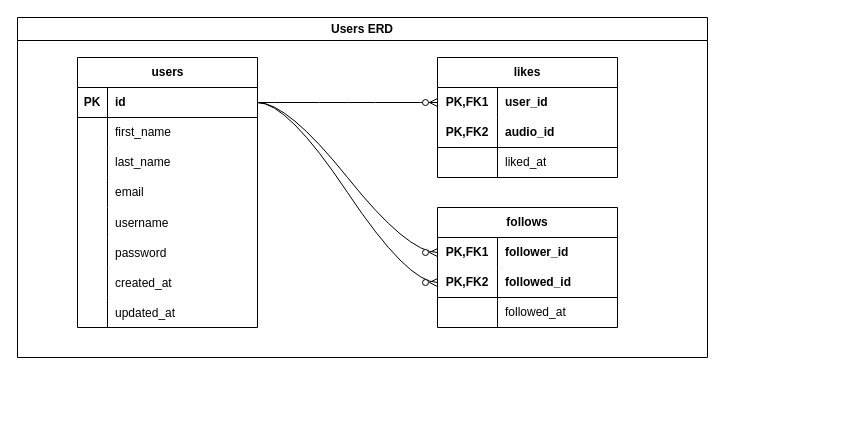
Earlier version of the draw.io diagram Diagrams/user-database-diagram.drawio (WardZid/AudioWave). Source tidied: cells renumbered, new cells numbered last; positions are measured from the earlier drawing's top-left corner, leaving out a move shared by most shapes. Both pictures are drawn from the tidied source at 100%, with x=0, y=0 at pixel (17, 17).
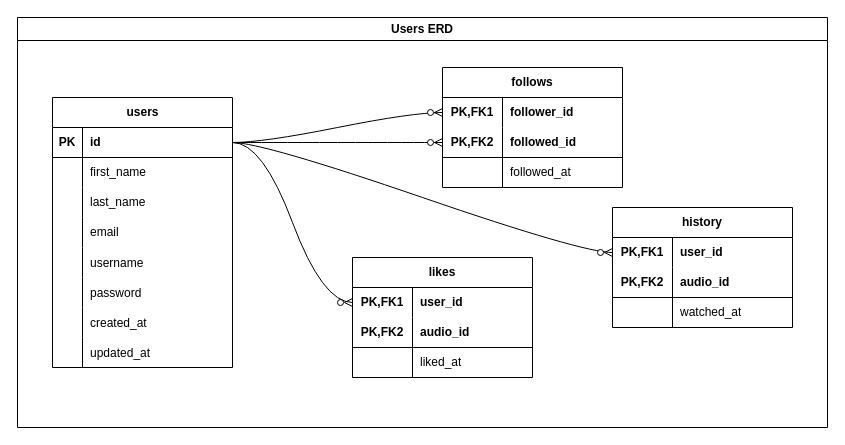
Above is the later version.

Unchanged cells that the change refers to:
```xml
<mxCell id="4" style="shape=tableRow;horizontal=0;startSize=0;swimlaneHead=0;swimlaneBody=0;fillColor=none;points=[[0,0.5],[1,0.5]];portConstraint=eastwest;top=0;left=0;right=0;bottom=1;" parent="3" vertex="1">
  <mxGeometry y="30" width="180" height="30" as="geometry" />
</mxCell>
```

Diff of the diagram source:
```diff
@@
     <mxCell id="2" value="Users ERD" style="swimlane;whiteSpace=wrap;html=1;" parent="1" vertex="1">
-      <mxGeometry width="690" height="340" as="geometry" />
+      <mxGeometry width="810" height="410" as="geometry" />
     </mxCell>
     <mxCell id="3" value="users" style="shape=table;startSize=30;childLayout=tableLayout;rowLines=0;fontStyle=1;align=center;html=1;" parent="2" vertex="1">
-      <mxGeometry x="60" y="40" width="180" height="270" as="geometry" />
+      <mxGeometry x="35" y="80" width="180" height="270" as="geometry" />
     </mxCell>
@@
     <mxCell id="28" value="likes" style="shape=table;startSize=30;childLayout=tableLayout;rowLines=0;fontStyle=1;align=center;html=1;whiteSpace=wrap;" parent="2" vertex="1">
-      <mxGeometry x="420" y="40" width="180" height="120" as="geometry" />
+      <mxGeometry x="335" y="240" width="180" height="120" as="geometry" />
     </mxCell>
@@
     <mxCell id="39" value="follows" style="shape=table;startSize=30;childLayout=tableLayout;rowLines=0;fontStyle=1;align=center;html=1;whiteSpace=wrap;" parent="2" vertex="1">
-      <mxGeometry x="420" y="190" width="180" height="120" as="geometry" />
+      <mxGeometry x="425" y="50" width="180" height="120" as="geometry" />
     </mxCell>
@@
+    <mxCell id="51" value="history" style="shape=table;startSize=30;childLayout=tableLayout;rowLines=0;fontStyle=1;align=center;html=1;whiteSpace=wrap;" parent="2" vertex="1">
+      <mxGeometry x="595" y="190" width="180" height="120" as="geometry" />
+    </mxCell>
+    <mxCell id="52" style="shape=tableRow;horizontal=0;startSize=0;swimlaneHead=0;swimlaneBody=0;fillColor=none;points=[[0,0.5],[1,0.5]];portConstraint=eastwest;top=0;left=0;right=0;bottom=0;html=1;" parent="51" vertex="1">
+      <mxGeometry y="30" width="180" height="30" as="geometry" />
+    </mxCell>
+    <mxCell id="53" value="PK,FK1" style="shape=partialRectangle;fillColor=none;top=0;left=0;bottom=0;right=0;fontStyle=1;overflow=hidden;html=1;whiteSpace=wrap;" parent="52" vertex="1">
+      <mxGeometry width="60" height="30" as="geometry" />
+    </mxCell>
+    <mxCell id="54" value="user_id" style="shape=partialRectangle;fillColor=none;top=0;left=0;bottom=0;right=0;align=left;spacingLeft=6;fontStyle=1;overflow=hidden;html=1;whiteSpace=wrap;" parent="52" vertex="1">
+      <mxGeometry x="60" width="120" height="30" as="geometry" />
+    </mxCell>
+    <mxCell id="55" style="shape=tableRow;horizontal=0;startSize=0;swimlaneHead=0;swimlaneBody=0;fillColor=none;top=0;left=0;right=0;bottom=1;html=1;" parent="51" vertex="1">
+      <mxGeometry y="60" width="180" height="30" as="geometry" />
+    </mxCell>
+    <mxCell id="56" value="PK,FK2" style="shape=partialRectangle;fillColor=none;top=0;left=0;bottom=0;right=0;fontStyle=1;overflow=hidden;html=1;whiteSpace=wrap;" parent="55" vertex="1">
+      <mxGeometry width="60" height="30" as="geometry" />
+    </mxCell>
+    <mxCell id="57" value="audio_id" style="shape=partialRectangle;fillColor=none;top=0;left=0;bottom=0;right=0;align=left;spacingLeft=6;fontStyle=1;overflow=hidden;html=1;whiteSpace=wrap;" parent="55" vertex="1">
+      <mxGeometry x="60" width="120" height="30" as="geometry" />
+    </mxCell>
+    <mxCell id="58" style="shape=tableRow;horizontal=0;startSize=0;swimlaneHead=0;swimlaneBody=0;fillColor=none;top=0;left=0;right=0;bottom=0;html=1;" parent="51" vertex="1">
+      <mxGeometry y="90" width="180" height="30" as="geometry" />
+    </mxCell>
+    <mxCell id="59" style="shape=partialRectangle;fillColor=none;top=0;left=0;bottom=0;right=0;overflow=hidden;html=1;whiteSpace=wrap;" parent="58" vertex="1">
+      <mxGeometry width="60" height="30" as="geometry" />
+    </mxCell>
+    <mxCell id="60" value="watched_at" style="shape=partialRectangle;fillColor=none;top=0;left=0;bottom=0;right=0;align=left;spacingLeft=6;overflow=hidden;html=1;whiteSpace=wrap;" parent="58" vertex="1">
+      <mxGeometry x="60" width="120" height="30" as="geometry" />
+    </mxCell>
+    <mxCell id="61" style="edgeStyle=entityRelationEdgeStyle;fontSize=12;html=1;endArrow=ERzeroToMany;endFill=1;rounded=0;curved=1;" parent="2" edge="1" source="4" target="52">
+      <mxGeometry relative="1" as="geometry" />
+    </mxCell>
```
